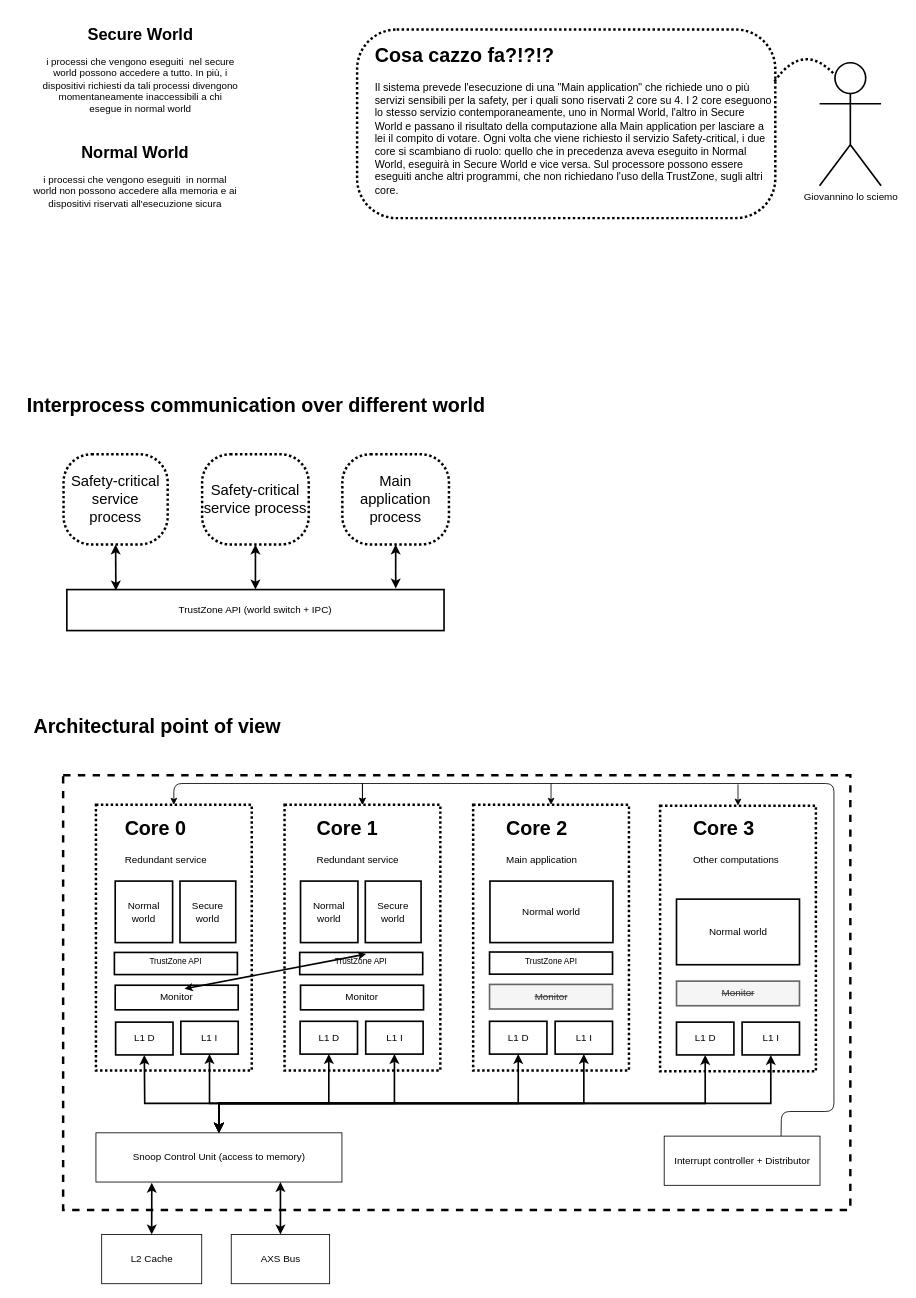
The draw.io diagram page "Page-4" (3 of 4) of Untitled Diagram.drawio in gabrielegiannini/quality-and-certification-project, before the edit. Source tidied: cells renumbered, new cells numbered last; positions are measured from the earlier drawing's top-left corner, leaving out a move shared by most shapes. Both pictures are drawn from the tidied source at 82%, with x=0, y=0 at pixel (14, 22).
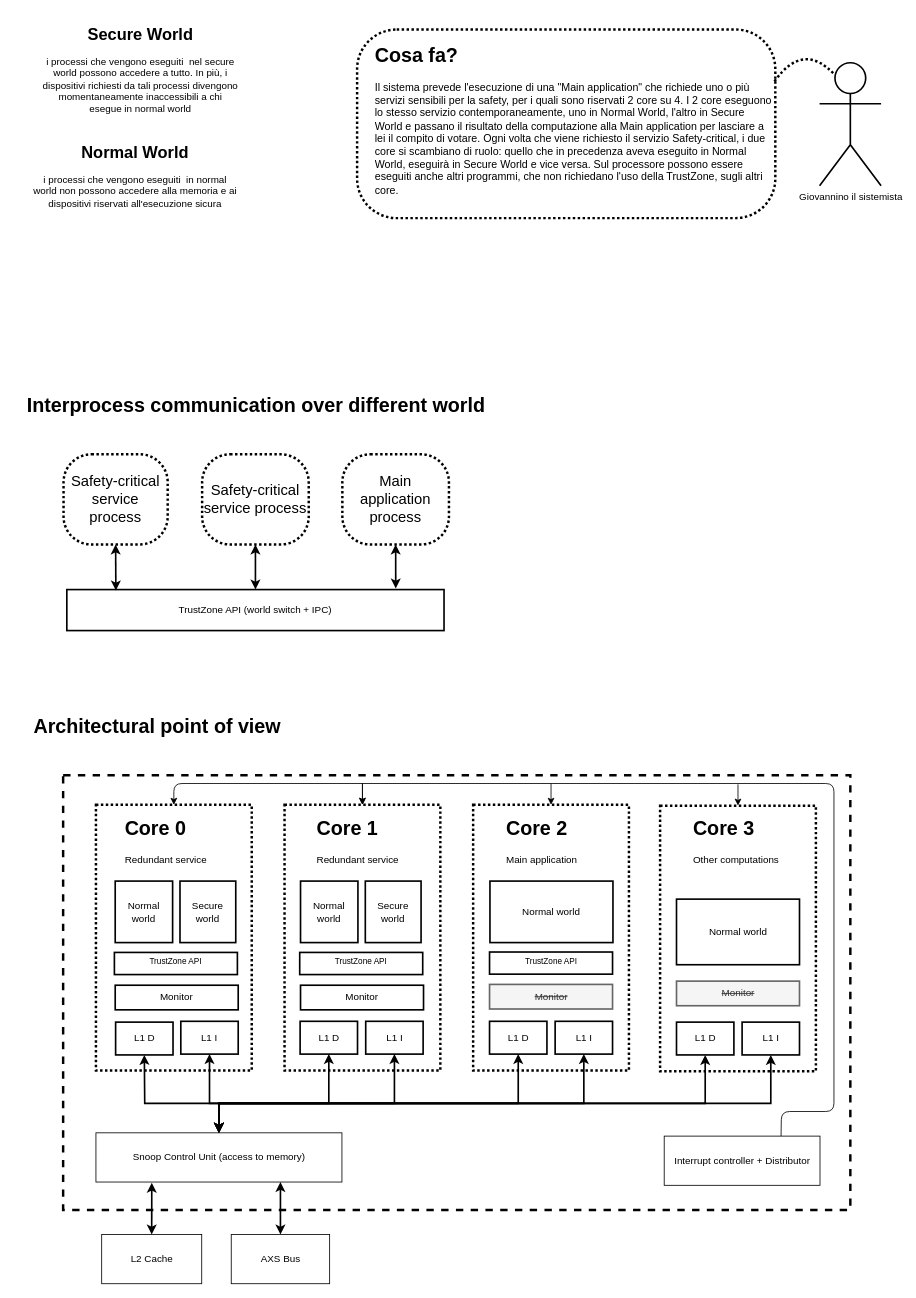
The same diagram, later.

Diff of the diagram source:
```diff
@@
-    <mxCell id="45" value="&lt;h1&gt;Cosa cazzo fa?!?!?&lt;br&gt;&lt;/h1&gt;&lt;p style=&quot;font-size: 13px&quot;&gt;Il sistema prevede l'esecuzione di una &quot;Main application&quot; che richiede uno o più servizi sensibili per la safety, per i quali sono riservati 2 core su 4. I 2 core eseguono lo stesso servizio contemporaneamente, uno in Normal World, l'altro in Secure World e passano il risultato della computazione alla Main application per lasciare a lei il compito di votare. Ogni volta che viene richiesto il servizio Safety-critical, i due core si scambiano di ruolo: quello che in precedenza aveva eseguito in Normal World, eseguirà in Secure World e vice versa. Sul processore possono essere eseguiti anche altri programmi, che non richiedano l'uso della TrustZone, sugli altri core.&lt;br&gt;&lt;/p&gt;" style="text;html=1;strokeColor=none;fillColor=none;spacing=5;spacingTop=-20;whiteSpace=wrap;overflow=hidden;rounded=0;" parent="1" vertex="1">
+    <mxCell id="45" value="&lt;h1&gt;Cosa fa?&lt;br&gt;&lt;/h1&gt;&lt;p style=&quot;font-size: 13px&quot;&gt;Il sistema prevede l'esecuzione di una &quot;Main application&quot; che richiede uno o più servizi sensibili per la safety, per i quali sono riservati 2 core su 4. I 2 core eseguono lo stesso servizio contemporaneamente, uno in Normal World, l'altro in Secure World e passano il risultato della computazione alla Main application per lasciare a lei il compito di votare. Ogni volta che viene richiesto il servizio Safety-critical, i due core si scambiano di ruolo: quello che in precedenza aveva eseguito in Normal World, eseguirà in Secure World e vice versa. Sul processore possono essere eseguiti anche altri programmi, che non richiedano l'uso della TrustZone, sugli altri core.&lt;br&gt;&lt;/p&gt;" style="text;html=1;strokeColor=none;fillColor=none;spacing=5;spacingTop=-20;whiteSpace=wrap;overflow=hidden;rounded=0;" parent="1" vertex="1">
       <mxGeometry x="435" y="20.5" width="492" height="205" as="geometry" />
     </mxCell>
@@
-    <mxCell id="49" value="Giovannino lo sciemo" style="shape=umlActor;verticalLabelPosition=bottom;labelBackgroundColor=#ffffff;verticalAlign=top;html=1;outlineConnect=0;strokeWidth=2;fillColor=none;" parent="1" vertex="1">
+    <mxCell id="49" value="&lt;div&gt;Giovannino il sistemista&lt;/div&gt;" style="shape=umlActor;verticalLabelPosition=bottom;labelBackgroundColor=#ffffff;verticalAlign=top;html=1;outlineConnect=0;strokeWidth=2;fillColor=none;" parent="1" vertex="1">
       <mxGeometry x="982" y="49" width="75" height="150" as="geometry" />
     </mxCell>
@@
-    <mxCell id="52" style="endArrow=classic;startArrow=classic;html=1;strokeWidth=2;exitX=1;exitY=0.5;exitDx=0;exitDy=0;entryX=0.5;entryY=0;entryDx=0;entryDy=0;rounded=0;endSize=4;startSize=4;" parent="1" edge="1">
-      <mxGeometry relative="1" as="geometry">
-        <mxPoint x="429" y="1136" as="sourcePoint" />
-        <mxPoint x="207.5" y="1178.3" as="targetPoint" />
-      </mxGeometry>
-    </mxCell>
```
